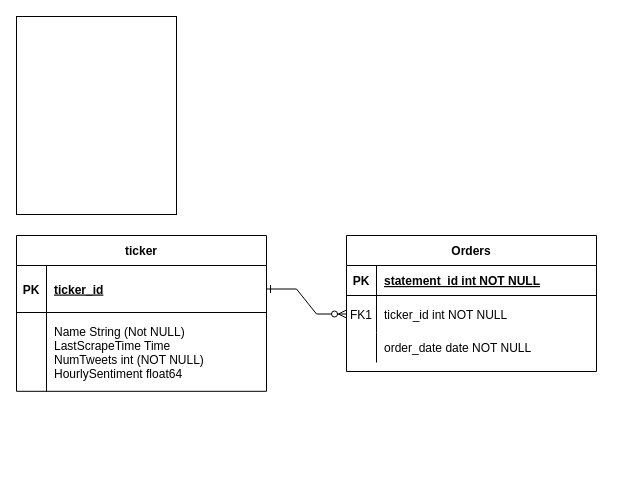
Above: Untitled Diagram.drawio in jonreesman/watch-dog (draw.io), before the change. Source tidied: cells renumbered, new cells numbered last; positions are measured from the earlier drawing's top-left corner, leaving out a move shared by most shapes. Both pictures are drawn from the tidied source at 100%, with x=0, y=0 at pixel (16, 16).
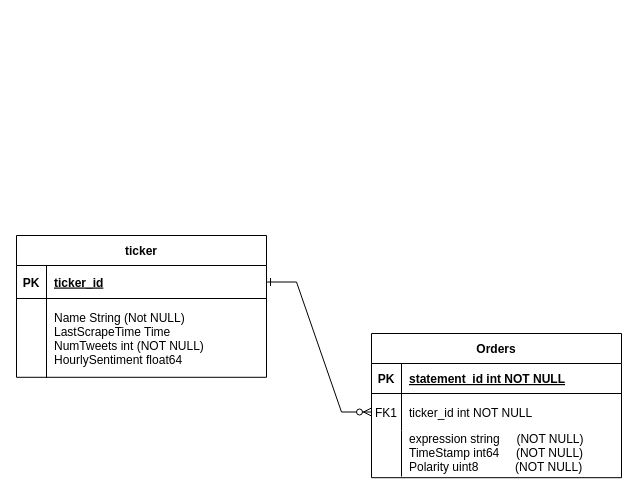
The same page after the edit.

Change to the diagram source:
```diff
@@
-    <mxCell id="2" style="rounded=0;whiteSpace=wrap;html=1;hachureGap=4;" parent="1" vertex="1">
-      <mxGeometry width="160" height="198" as="geometry" />
-    </mxCell>
@@
     <mxCell id="4" value="Orders" style="shape=table;startSize=30;childLayout=tableLayout;rowLines=0;fontStyle=1;align=center;hachureGap=4;" parent="1" vertex="1">
-      <mxGeometry x="330" y="219" width="250" height="136" as="geometry" />
+      <mxGeometry x="355" y="317" width="250" height="144.2" as="geometry" />
     </mxCell>
@@
     <mxCell id="11" style="shape=partialRectangle;fillColor=none;top=0;left=0;right=0;bottom=0;hachureGap=4;" parent="4" vertex="1">
-      <mxGeometry y="97" width="250" height="30" as="geometry" />
+      <mxGeometry y="97" width="250" height="46" as="geometry" />
     </mxCell>
     <mxCell id="12" style="shape=partialRectangle;overflow=hidden;fillColor=none;top=0;left=0;bottom=0;right=0;hachureGap=4;" parent="11" vertex="1">
-      <mxGeometry width="30" height="30" as="geometry" />
+      <mxGeometry width="30" height="46" as="geometry" />
     </mxCell>
-    <mxCell id="13" value="order_date date NOT NULL" style="shape=partialRectangle;overflow=hidden;fillColor=none;top=0;left=0;bottom=0;right=0;align=left;spacingLeft=6;hachureGap=4;" parent="11" vertex="1">
-      <mxGeometry x="30" width="220" height="30" as="geometry" />
+    <mxCell id="13" value="expression string     (NOT NULL)&#10;TimeStamp int64     (NOT NULL)&#10;Polarity uint8           (NOT NULL)&#10;" style="shape=partialRectangle;overflow=hidden;fillColor=none;top=0;left=0;bottom=0;right=0;align=left;spacingLeft=6;hachureGap=4;" parent="11" vertex="1">
+      <mxGeometry x="30" width="220" height="46" as="geometry" />
     </mxCell>
     <mxCell id="14" value="ticker" style="shape=table;startSize=30;childLayout=tableLayout;rowLines=0;fontStyle=1;align=center;hachureGap=4;" parent="1" vertex="1">
-      <mxGeometry y="219" width="250" height="155.8" as="geometry" />
+      <mxGeometry y="219" width="250" height="141.8" as="geometry" />
     </mxCell>
     <mxCell id="15" style="shape=partialRectangle;fillColor=none;points=[[0,0.5],[1,0.5]];portConstraint=eastwest;top=0;left=0;right=0;bottom=1;hachureGap=4;" parent="14" vertex="1">
-      <mxGeometry y="30" width="250" height="47" as="geometry" />
+      <mxGeometry y="30" width="250" height="33" as="geometry" />
     </mxCell>
     <mxCell id="16" value="PK" style="shape=partialRectangle;overflow=hidden;fillColor=none;top=0;left=0;bottom=0;right=0;fontStyle=1;hachureGap=4;" parent="15" vertex="1">
-      <mxGeometry width="30" height="47" as="geometry" />
+      <mxGeometry width="30" height="33" as="geometry" />
     </mxCell>
     <mxCell id="17" value="ticker_id" style="shape=partialRectangle;overflow=hidden;fillColor=none;top=0;left=0;bottom=0;right=0;align=left;spacingLeft=6;fontStyle=5;hachureGap=4;" parent="15" vertex="1">
-      <mxGeometry x="30" width="220" height="47" as="geometry" />
+      <mxGeometry x="30" width="220" height="33" as="geometry" />
     </mxCell>
     <mxCell id="18" style="shape=partialRectangle;fillColor=none;top=0;left=0;right=0;bottom=0;hachureGap=4;" parent="14" vertex="1">
-      <mxGeometry y="77" width="250" height="79" as="geometry" />
+      <mxGeometry y="63" width="250" height="79" as="geometry" />
     </mxCell>
```
